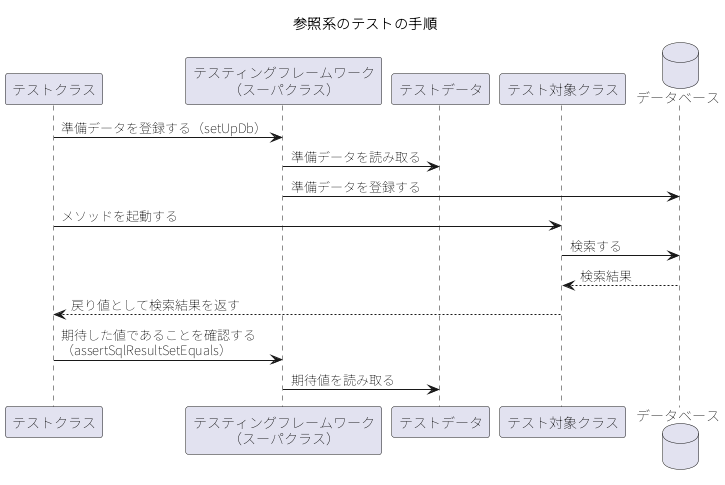
This is ja/development_tools/testing_framework/implementation/class_unit_test/images/component/select_sequence.png from nablarch/nablarch-document, a PlantUML export, as it was before one commit.
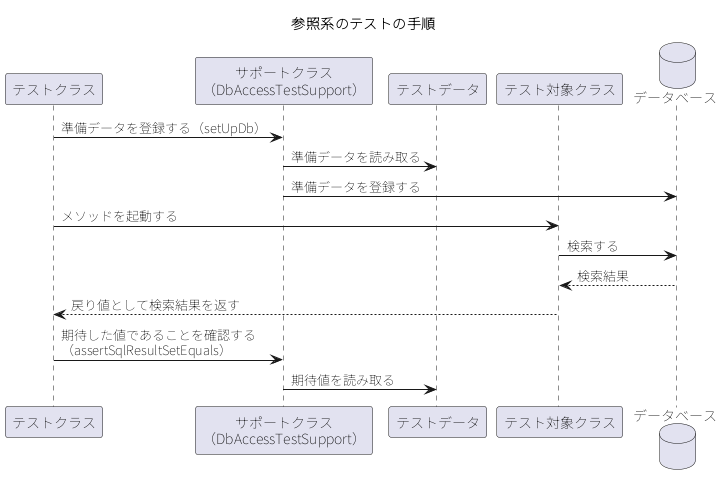
The same diagram one commit later.

The edit, as a diff of the source:
```diff
@@ -4,17 +4,17 @@
 skinparam sequenceMessageAlign left
 title 参照系のテストの手順
 participant "テストクラス" as TC
-participant "テスティングフレームワーク\n（スーパクラス）" as FW
+participant "サポートクラス\n（DbAccessTestSupport）" as SUP
 participant "テストデータ" as TD
 participant "テスト対象クラス" as T
 database "データベース" as DB
-TC -> FW : 準備データを登録する（setUpDb）
-FW -> TD : 準備データを読み取る
-FW -> DB : 準備データを登録する
+TC -> SUP : 準備データを登録する（setUpDb）
+SUP -> TD : 準備データを読み取る
+SUP -> DB : 準備データを登録する
 TC -> T : メソッドを起動する
 T -> DB : 検索する
 DB --> T : 検索結果
 T --> TC : 戻り値として検索結果を返す
-TC -> FW : 期待した値であることを確認する\n（assertSqlResultSetEquals）
-FW -> TD : 期待値を読み取る
+TC -> SUP : 期待した値であることを確認する\n（assertSqlResultSetEquals）
+SUP -> TD : 期待値を読み取る
 @enduml
```
